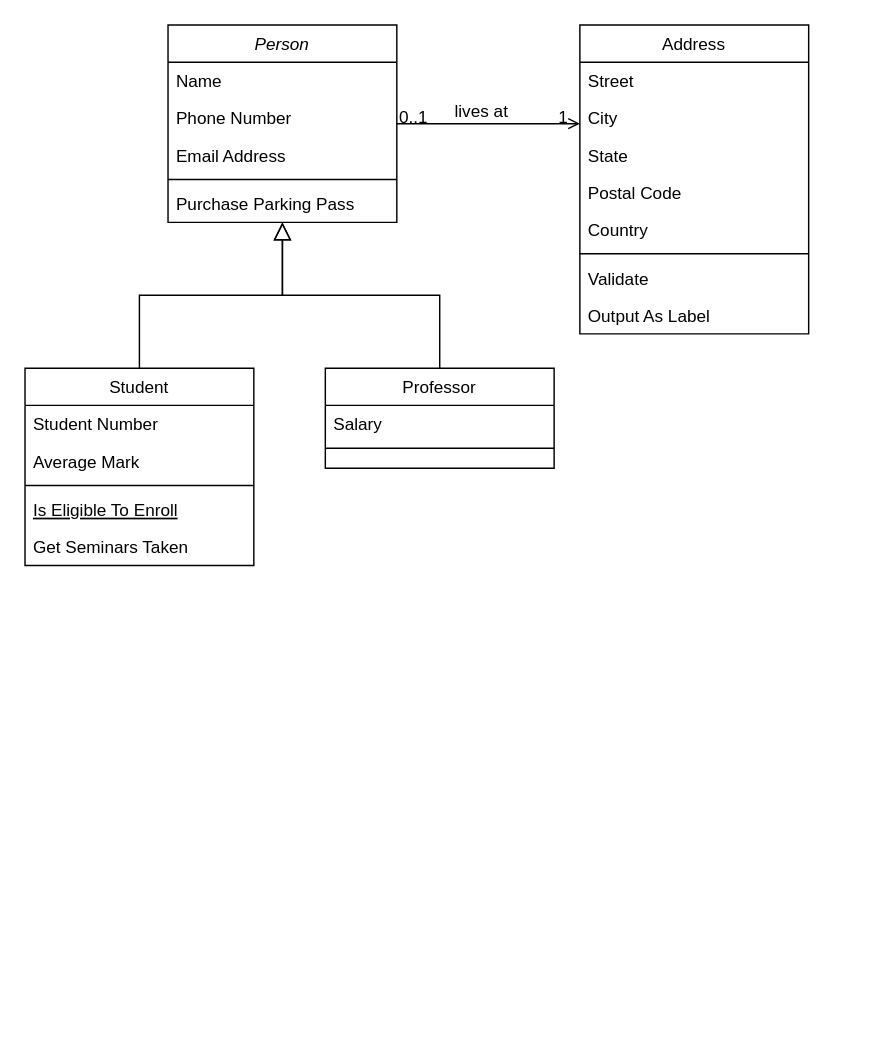
The draw.io diagram BankIndividuella.drawio in LuccaLinguine/BankDB, before the edit. Source tidied: cells renumbered, new cells numbered last; positions are measured from the earlier drawing's top-left corner, leaving out a move shared by most shapes. Both pictures are drawn from the tidied source at 143%, with x=0, y=0 at pixel (24, 24).
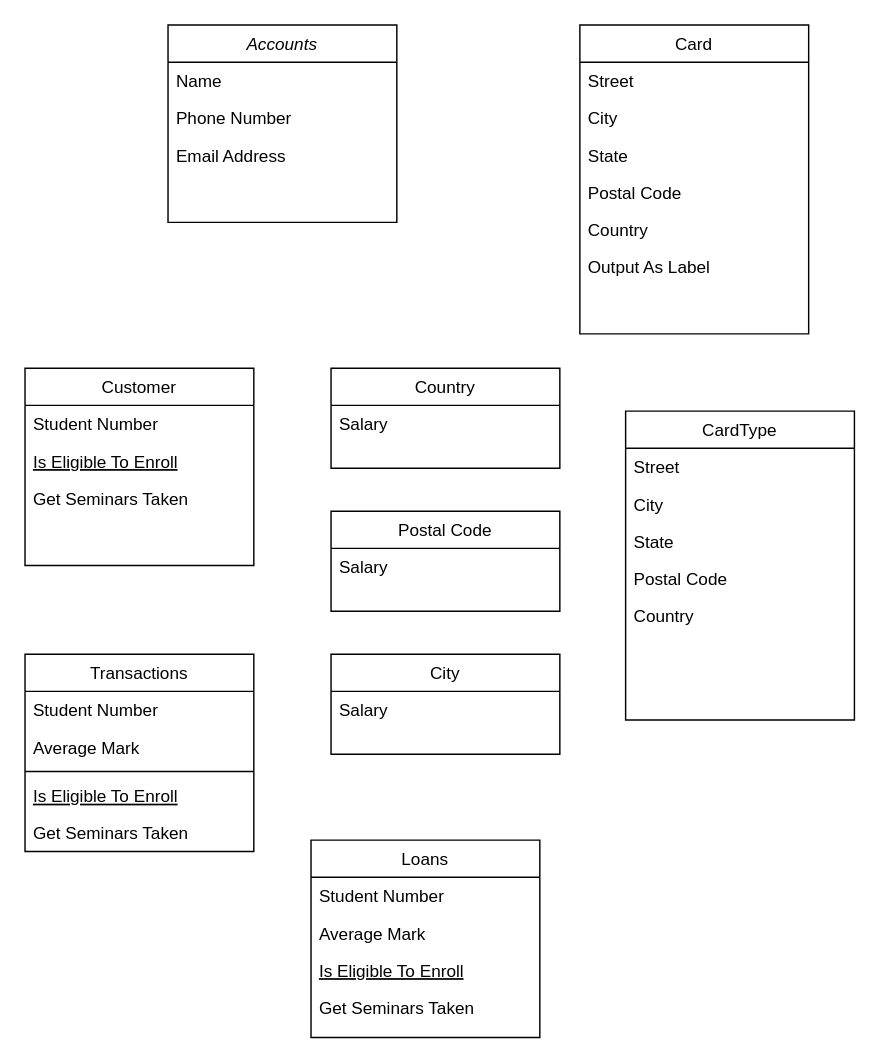
The same page after the edit.

Change to the diagram source:
```diff
@@
-    <mxCell id="2" value="Person" style="swimlane;fontStyle=2;align=center;verticalAlign=top;horizontal=1;startSize=26;rounded=0;shadow=0;strokeWidth=1;" parent="1" vertex="1">
+    <mxCell id="2" value="Accounts" style="swimlane;fontStyle=2;align=center;verticalAlign=top;horizontal=1;startSize=26;rounded=0;shadow=0;strokeWidth=1;" parent="1" vertex="1">
       <mxGeometry x="100" width="160" height="138" as="geometry" />
     </mxCell>
@@
-    <mxCell id="6" style="line;html=1;strokeWidth=1;align=left;verticalAlign=middle;spacingTop=-1;spacingLeft=3;spacingRight=3;labelPosition=right;" parent="2" vertex="1">
-      <mxGeometry y="104" width="160" height="8" as="geometry" />
-    </mxCell>
-    <mxCell id="7" value="Purchase Parking Pass" style="text;align=left;verticalAlign=top;spacingLeft=4;spacingRight=4;overflow=hidden;" parent="2" vertex="1">
-      <mxGeometry y="112" width="160" height="26" as="geometry" />
-    </mxCell>
-    <mxCell id="8" value="Student" style="swimlane;fontStyle=0;align=center;verticalAlign=top;horizontal=1;startSize=26;rounded=0;shadow=0;strokeWidth=1;" parent="1" vertex="1">
+    <mxCell id="8" value="Customer" style="swimlane;fontStyle=0;align=center;verticalAlign=top;horizontal=1;startSize=26;rounded=0;shadow=0;strokeWidth=1;" parent="1" vertex="1">
       <mxGeometry y="240" width="160" height="138" as="geometry" />
     </mxCell>
@@
-    <mxCell id="10" value="Average Mark" style="text;align=left;verticalAlign=top;spacingLeft=4;spacingRight=4;overflow=hidden;rounded=0;shadow=0;html=0;" parent="8" vertex="1">
-      <mxGeometry y="52" width="160" height="26" as="geometry" />
-    </mxCell>
-    <mxCell id="11" style="line;html=1;strokeWidth=1;align=left;verticalAlign=middle;spacingTop=-1;spacingLeft=3;spacingRight=3;labelPosition=right;" parent="8" vertex="1">
-      <mxGeometry y="78" width="160" height="8" as="geometry" />
-    </mxCell>
     <mxCell id="12" value="Is Eligible To Enroll" style="text;align=left;verticalAlign=top;spacingLeft=4;spacingRight=4;overflow=hidden;fontStyle=4;" parent="8" vertex="1">
-      <mxGeometry y="86" width="160" height="26" as="geometry" />
+      <mxGeometry y="52" width="160" height="26" as="geometry" />
     </mxCell>
     <mxCell id="13" value="Get Seminars Taken" style="text;align=left;verticalAlign=top;spacingLeft=4;spacingRight=4;overflow=hidden;" parent="8" vertex="1">
-      <mxGeometry y="112" width="160" height="26" as="geometry" />
+      <mxGeometry y="78" width="160" height="26" as="geometry" />
     </mxCell>
-    <mxCell id="14" style="endArrow=block;endSize=10;endFill=0;shadow=0;strokeWidth=1;rounded=0;curved=0;edgeStyle=elbowEdgeStyle;elbow=vertical;" parent="1" edge="1" source="8" target="2">
-      <mxGeometry relative="1" as="geometry" />
-    </mxCell>
-    <mxCell id="15" value="Professor" style="swimlane;fontStyle=0;align=center;verticalAlign=top;horizontal=1;startSize=26;rounded=0;shadow=0;strokeWidth=1;" parent="1" vertex="1">
-      <mxGeometry x="210" y="240" width="160" height="70" as="geometry" />
+    <mxCell id="15" value="Country" style="swimlane;fontStyle=0;align=center;verticalAlign=top;horizontal=1;startSize=26;rounded=0;shadow=0;strokeWidth=1;" parent="1" vertex="1">
+      <mxGeometry x="214" y="240" width="160" height="70" as="geometry" />
     </mxCell>
@@
-    <mxCell id="17" style="line;html=1;strokeWidth=1;align=left;verticalAlign=middle;spacingTop=-1;spacingLeft=3;spacingRight=3;labelPosition=right;" parent="15" vertex="1">
-      <mxGeometry y="52" width="160" height="8" as="geometry" />
-    </mxCell>
-    <mxCell id="18" style="endArrow=block;endSize=10;endFill=0;shadow=0;strokeWidth=1;rounded=0;curved=0;edgeStyle=elbowEdgeStyle;elbow=vertical;" parent="1" edge="1" source="15" target="2">
-      <mxGeometry relative="1" as="geometry" />
-    </mxCell>
-    <mxCell id="19" value="Address" style="swimlane;fontStyle=0;align=center;verticalAlign=top;horizontal=1;startSize=26;rounded=0;shadow=0;strokeWidth=1;" parent="1" vertex="1">
+    <mxCell id="19" value="Card" style="swimlane;fontStyle=0;align=center;verticalAlign=top;horizontal=1;startSize=26;rounded=0;shadow=0;strokeWidth=1;" parent="1" vertex="1">
       <mxGeometry x="388" width="160" height="216" as="geometry" />
     </mxCell>
@@
-    <mxCell id="25" style="line;html=1;strokeWidth=1;align=left;verticalAlign=middle;spacingTop=-1;spacingLeft=3;spacingRight=3;labelPosition=right;" parent="19" vertex="1">
-      <mxGeometry y="156" width="160" height="8" as="geometry" />
-    </mxCell>
-    <mxCell id="26" value="Validate" style="text;align=left;verticalAlign=top;spacingLeft=4;spacingRight=4;overflow=hidden;" parent="19" vertex="1">
-      <mxGeometry y="164" width="160" height="26" as="geometry" />
-    </mxCell>
     <mxCell id="27" value="Output As Label" style="text;align=left;verticalAlign=top;spacingLeft=4;spacingRight=4;overflow=hidden;" parent="19" vertex="1">
-      <mxGeometry y="190" width="160" height="26" as="geometry" />
+      <mxGeometry y="156" width="160" height="26" as="geometry" />
     </mxCell>
-    <mxCell id="28" style="endArrow=open;shadow=0;strokeWidth=1;rounded=0;curved=0;endFill=1;edgeStyle=elbowEdgeStyle;elbow=vertical;" parent="1" edge="1" source="2" target="19">
-      <mxGeometry x="0.5" y="41" relative="1" as="geometry">
-        <mxPoint x="-40" y="32" as="offset" />
-      </mxGeometry>
-    </mxCell>
-    <mxCell id="29" value="0..1" style="align=left;verticalAlign=bottom;labelBackgroundColor=none;fontSize=12;" parent="28" vertex="1">
-      <mxGeometry x="-1" relative="1" as="geometry">
-        <mxPoint y="4" as="offset" />
-      </mxGeometry>
-    </mxCell>
-    <mxCell id="30" value="1" style="align=right;verticalAlign=bottom;labelBackgroundColor=none;fontSize=12;" parent="28" vertex="1">
-      <mxGeometry x="1" relative="1" as="geometry">
-        <mxPoint x="-7" y="4" as="offset" />
-      </mxGeometry>
-    </mxCell>
-    <mxCell id="31" value="lives at" style="text;html=1;align=center;verticalAlign=middle;labelBackgroundColor=none;rounded=0;shadow=0;strokeWidth=1;fontSize=12;" parent="28" vertex="1">
-      <mxGeometry x="0.5" y="49" relative="1" as="geometry">
-        <mxPoint x="-38" y="40" as="offset" />
-      </mxGeometry>
-    </mxCell>
+    <mxCell id="32" value="Postal Code" style="swimlane;fontStyle=0;align=center;verticalAlign=top;horizontal=1;startSize=26;rounded=0;shadow=0;strokeWidth=1;" parent="1" vertex="1">
+      <mxGeometry x="214" y="340" width="160" height="70" as="geometry" />
+    </mxCell>
+    <mxCell id="33" value="Salary" style="text;align=left;verticalAlign=top;spacingLeft=4;spacingRight=4;overflow=hidden;" parent="32" vertex="1">
+      <mxGeometry y="26" width="160" height="26" as="geometry" />
+    </mxCell>
+    <mxCell id="34" value="City&#10;" style="swimlane;fontStyle=0;align=center;verticalAlign=top;horizontal=1;startSize=26;rounded=0;shadow=0;strokeWidth=1;" parent="1" vertex="1">
+      <mxGeometry x="214" y="440" width="160" height="70" as="geometry" />
+    </mxCell>
+    <mxCell id="35" value="Salary" style="text;align=left;verticalAlign=top;spacingLeft=4;spacingRight=4;overflow=hidden;" parent="34" vertex="1">
+      <mxGeometry y="26" width="160" height="26" as="geometry" />
+    </mxCell>
+    <mxCell id="36" value="CardType" style="swimlane;fontStyle=0;align=center;verticalAlign=top;horizontal=1;startSize=26;rounded=0;shadow=0;strokeWidth=1;" parent="1" vertex="1">
+      <mxGeometry x="420" y="270" width="160" height="216" as="geometry" />
+    </mxCell>
+    <mxCell id="37" value="Street" style="text;align=left;verticalAlign=top;spacingLeft=4;spacingRight=4;overflow=hidden;" parent="36" vertex="1">
+      <mxGeometry y="26" width="160" height="26" as="geometry" />
+    </mxCell>
+    <mxCell id="38" value="City" style="text;align=left;verticalAlign=top;spacingLeft=4;spacingRight=4;overflow=hidden;rounded=0;shadow=0;html=0;" parent="36" vertex="1">
+      <mxGeometry y="52" width="160" height="26" as="geometry" />
+    </mxCell>
+    <mxCell id="39" value="State" style="text;align=left;verticalAlign=top;spacingLeft=4;spacingRight=4;overflow=hidden;rounded=0;shadow=0;html=0;" parent="36" vertex="1">
+      <mxGeometry y="78" width="160" height="26" as="geometry" />
+    </mxCell>
+    <mxCell id="40" value="Postal Code" style="text;align=left;verticalAlign=top;spacingLeft=4;spacingRight=4;overflow=hidden;rounded=0;shadow=0;html=0;" parent="36" vertex="1">
+      <mxGeometry y="104" width="160" height="26" as="geometry" />
+    </mxCell>
+    <mxCell id="41" value="Country" style="text;align=left;verticalAlign=top;spacingLeft=4;spacingRight=4;overflow=hidden;rounded=0;shadow=0;html=0;" parent="36" vertex="1">
+      <mxGeometry y="130" width="160" height="26" as="geometry" />
+    </mxCell>
+    <mxCell id="42" value="Transactions" style="swimlane;fontStyle=0;align=center;verticalAlign=top;horizontal=1;startSize=26;rounded=0;shadow=0;strokeWidth=1;" parent="1" vertex="1">
+      <mxGeometry y="440" width="160" height="138" as="geometry" />
+    </mxCell>
+    <mxCell id="43" value="Student Number" style="text;align=left;verticalAlign=top;spacingLeft=4;spacingRight=4;overflow=hidden;" parent="42" vertex="1">
+      <mxGeometry y="26" width="160" height="26" as="geometry" />
+    </mxCell>
+    <mxCell id="44" value="Average Mark" style="text;align=left;verticalAlign=top;spacingLeft=4;spacingRight=4;overflow=hidden;rounded=0;shadow=0;html=0;" parent="42" vertex="1">
+      <mxGeometry y="52" width="160" height="26" as="geometry" />
+    </mxCell>
+    <mxCell id="11" style="line;html=1;strokeWidth=1;align=left;verticalAlign=middle;spacingTop=-1;spacingLeft=3;spacingRight=3;labelPosition=right;" parent="42" vertex="1">
+      <mxGeometry y="78" width="160" height="8" as="geometry" />
+    </mxCell>
+    <mxCell id="45" value="Is Eligible To Enroll" style="text;align=left;verticalAlign=top;spacingLeft=4;spacingRight=4;overflow=hidden;fontStyle=4;" parent="42" vertex="1">
+      <mxGeometry y="86" width="160" height="26" as="geometry" />
+    </mxCell>
+    <mxCell id="46" value="Get Seminars Taken" style="text;align=left;verticalAlign=top;spacingLeft=4;spacingRight=4;overflow=hidden;" parent="42" vertex="1">
+      <mxGeometry y="112" width="160" height="26" as="geometry" />
+    </mxCell>
+    <mxCell id="47" value="Loans" style="swimlane;fontStyle=0;align=center;verticalAlign=top;horizontal=1;startSize=26;rounded=0;shadow=0;strokeWidth=1;" parent="1" vertex="1">
+      <mxGeometry x="200" y="570" width="160" height="138" as="geometry" />
+    </mxCell>
+    <mxCell id="48" value="Student Number" style="text;align=left;verticalAlign=top;spacingLeft=4;spacingRight=4;overflow=hidden;" parent="47" vertex="1">
+      <mxGeometry y="26" width="160" height="26" as="geometry" />
+    </mxCell>
+    <mxCell id="49" value="Average Mark" style="text;align=left;verticalAlign=top;spacingLeft=4;spacingRight=4;overflow=hidden;rounded=0;shadow=0;html=0;" parent="47" vertex="1">
+      <mxGeometry y="52" width="160" height="26" as="geometry" />
+    </mxCell>
+    <mxCell id="50" value="Is Eligible To Enroll" style="text;align=left;verticalAlign=top;spacingLeft=4;spacingRight=4;overflow=hidden;fontStyle=4;" parent="47" vertex="1">
+      <mxGeometry y="78" width="160" height="26" as="geometry" />
+    </mxCell>
+    <mxCell id="51" value="Get Seminars Taken" style="text;align=left;verticalAlign=top;spacingLeft=4;spacingRight=4;overflow=hidden;" parent="47" vertex="1">
+      <mxGeometry y="104" width="160" height="26" as="geometry" />
+    </mxCell>
```
